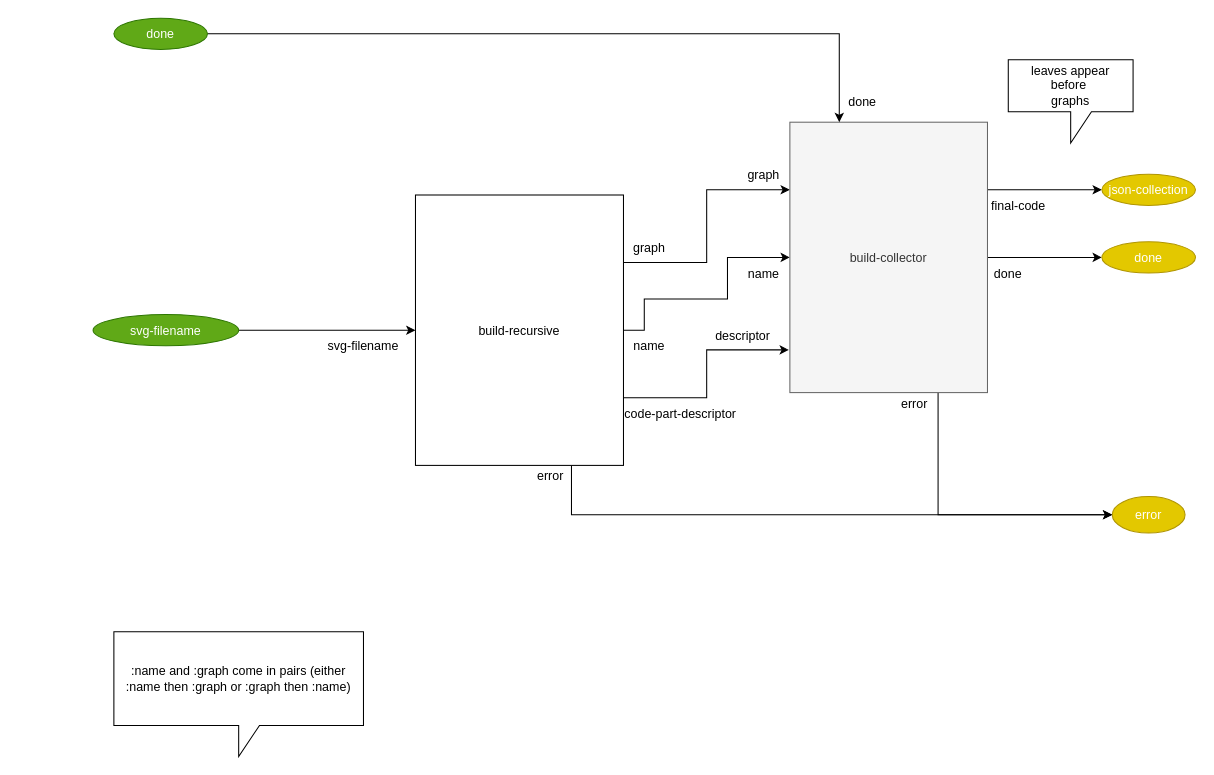
bmfbp/bmfbp keeps this draw.io diagram as page "1. build" (2 of 6) of build_process/cl-build/build.drawio. Above is the earlier version. Source tidied: cells renumbered, new cells numbered last; positions are measured from the earlier drawing's top-left corner, leaving out a move shared by most shapes. Both pictures are drawn from the tidied source at 104%, with x=0, y=0 at pixel (93, 18).
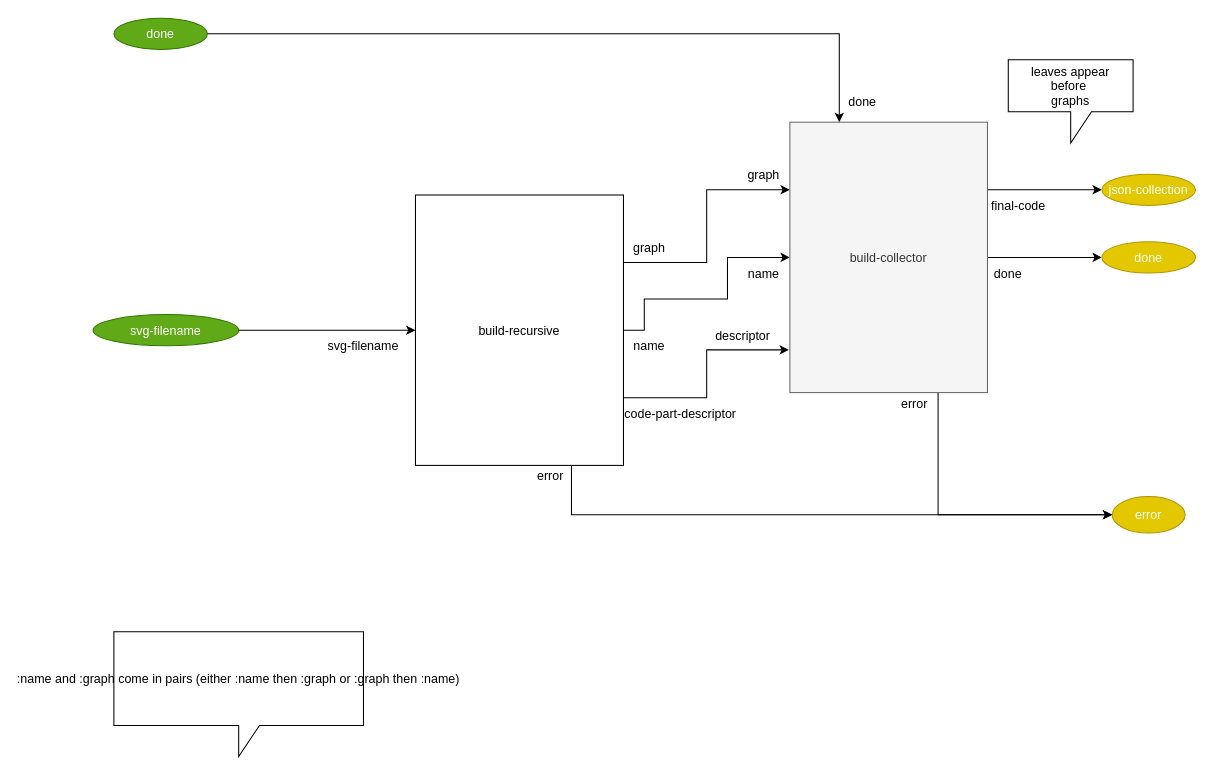
The same diagram, later.

The edit, as a diff of the source:
```diff
@@
-    <mxCell id="17" value="&lt;span style=&quot;white-space: normal&quot;&gt;:name and :graph come in pairs (either :name then :graph or :graph then :name)&lt;/span&gt;" style="shape=callout;whiteSpace=wrap;html=1;perimeter=calloutPerimeter;" parent="1" vertex="1">
+    <mxCell id="17" value=":name and :graph come in pairs (either :name then :graph or :graph then :name)" style="shape=callout;perimeter=calloutPerimeter;" parent="1" vertex="1">
       <mxGeometry x="20" y="590" width="240" height="120" as="geometry" />
     </mxCell>
@@
-    <mxCell id="29" value="leaves appear &lt;br&gt;before&amp;nbsp;&lt;br&gt;graphs" style="shape=callout;whiteSpace=wrap;html=1;perimeter=calloutPerimeter;" parent="1" vertex="1">
+    <mxCell id="29" value="leaves appear &#10;before &#10;graphs" style="shape=callout;perimeter=calloutPerimeter;" parent="1" vertex="1">
       <mxGeometry x="880" y="40" width="120" height="80" as="geometry" />
     </mxCell>
```
